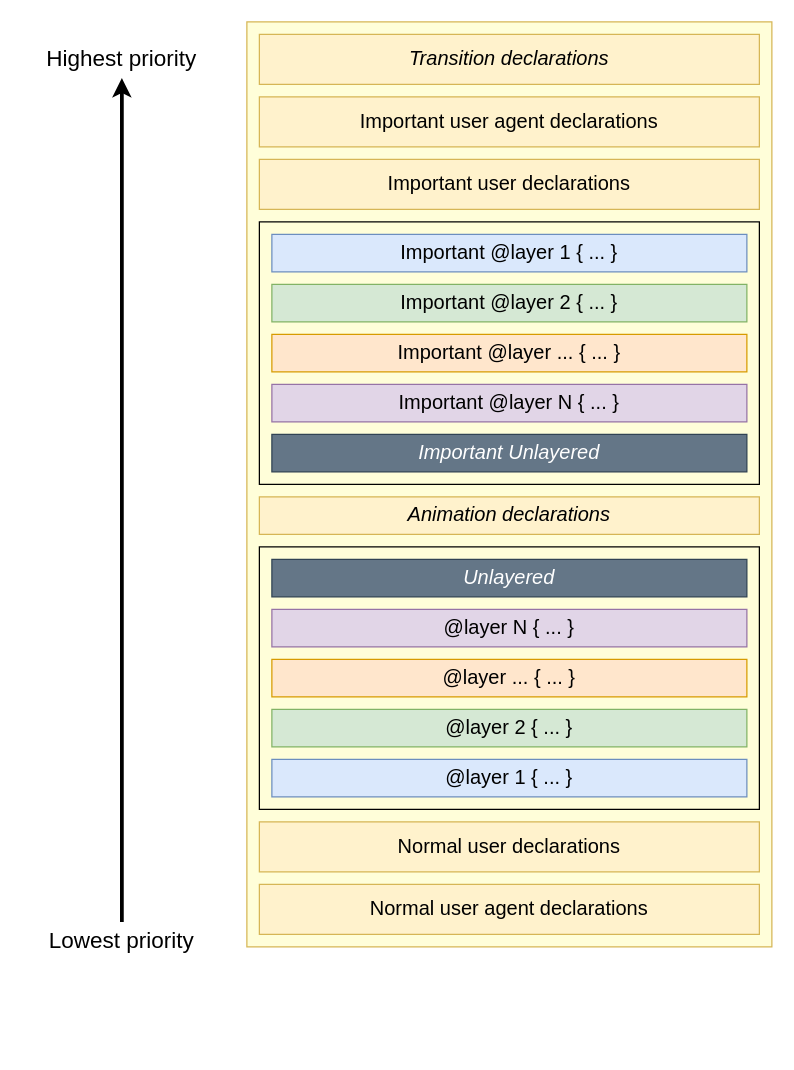
mdn/shared-assets keeps this draw.io diagram as images/diagrams/css/at-rules/layer-cascade.drawio. Above is the earlier version. Source tidied: cells renumbered, new cells numbered last; positions are measured from the earlier drawing's top-left corner, leaving out a move shared by most shapes. Both pictures are drawn from the tidied source at 125%, with x=0, y=0 at pixel (21, 21).
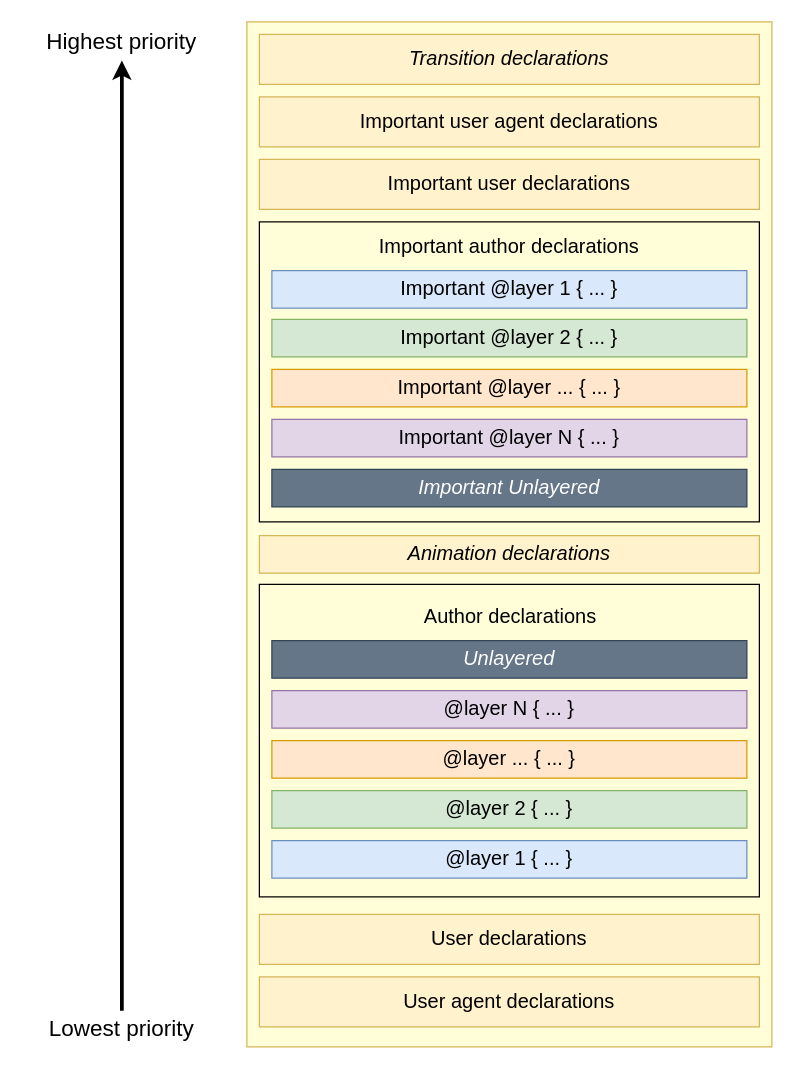
The same page after the edit.

Commit message (it also covers changes not shown here):
fix(css): update layer-cascade diagram

The edit, as a diff of the source:
```diff
@@
     <mxCell id="2" style="whiteSpace=wrap;html=1;fillColor=#FFFED9;strokeColor=#d6b656;" parent="1" vertex="1">
-      <mxGeometry x="180" width="420" height="740" as="geometry" />
+      <mxGeometry x="180" width="420" height="820" as="geometry" />
     </mxCell>
     <mxCell id="3" style="whiteSpace=wrap;html=1;fillColor=none;" parent="1" vertex="1">
-      <mxGeometry x="190" y="160" width="400" height="210" as="geometry" />
+      <mxGeometry x="190" y="160" width="400" height="240" as="geometry" />
     </mxCell>
@@
     <mxCell id="5" value="&lt;font style=&quot;font-size: 18px;&quot;&gt;Highest priority&lt;/font&gt;" style="text;html=1;align=center;verticalAlign=middle;whiteSpace=wrap;rounded=0;fontFamily=Helvetica;fontSize=12;fontColor=default;labelBackgroundColor=none;strokeWidth=1;dashed=1;" parent="1" vertex="1">
-      <mxGeometry x="10" y="15" width="140" height="30" as="geometry" />
+      <mxGeometry x="10" y="1" width="140" height="30" as="geometry" />
     </mxCell>
@@
     <mxCell id="7" value="&lt;font style=&quot;font-size: 18px;&quot;&gt;Lowest priority&lt;/font&gt;" style="text;html=1;align=center;verticalAlign=middle;whiteSpace=wrap;rounded=0;fontFamily=Helvetica;fontSize=12;fontColor=default;labelBackgroundColor=none;strokeWidth=1;dashed=1;" parent="1" vertex="1">
-      <mxGeometry y="720" width="160" height="30" as="geometry" />
+      <mxGeometry y="791" width="160" height="30" as="geometry" />
     </mxCell>
@@
     <mxCell id="10" value="&lt;font face=&quot;sans-serif&quot;&gt;Important @layer 1 { ... }&lt;br&gt;&lt;/font&gt;" style="text;html=1;align=center;verticalAlign=middle;whiteSpace=wrap;rounded=1;fontFamily=Monospace;labelBackgroundColor=none;spacing=4;spacingLeft=0;spacingTop=0;fillColor=#dae8fc;strokeColor=#6c8ebf;arcSize=0;fontSize=16;fontStyle=0;shadow=0;shadowOffsetX=2;shadowOffsetY=2;shadowBlur=1;strokeWidth=1;perimeterSpacing=0;" parent="1" vertex="1">
-      <mxGeometry x="200" y="170" width="380" height="30" as="geometry" />
+      <mxGeometry x="200" y="199" width="380" height="30" as="geometry" />
     </mxCell>
     <mxCell id="11" value="&lt;font face=&quot;sans-serif&quot;&gt;Important @layer 2 { ... }&lt;br&gt;&lt;/font&gt;" style="text;html=1;align=center;verticalAlign=middle;whiteSpace=wrap;rounded=1;fontFamily=Monospace;labelBackgroundColor=none;spacing=4;spacingLeft=0;spacingTop=0;fillColor=#d5e8d4;strokeColor=#82b366;arcSize=0;fontSize=16;fontStyle=0;shadow=0;shadowOffsetX=2;shadowOffsetY=2;shadowBlur=1;strokeWidth=1;perimeterSpacing=0;" parent="1" vertex="1">
-      <mxGeometry x="200" y="210" width="380" height="30" as="geometry" />
+      <mxGeometry x="200" y="238" width="380" height="30" as="geometry" />
     </mxCell>
     <mxCell id="12" value="&lt;font face=&quot;sans-serif&quot;&gt;Important @layer ... { ... }&lt;br&gt;&lt;/font&gt;" style="text;html=1;align=center;verticalAlign=middle;whiteSpace=wrap;rounded=1;fontFamily=Monospace;labelBackgroundColor=none;spacing=4;spacingLeft=0;spacingTop=0;fillColor=#ffe6cc;strokeColor=#d79b00;arcSize=0;fontSize=16;fontStyle=0;shadow=0;shadowOffsetX=2;shadowOffsetY=2;shadowBlur=1;strokeWidth=1;perimeterSpacing=0;" parent="1" vertex="1">
-      <mxGeometry x="200" y="250" width="380" height="30" as="geometry" />
+      <mxGeometry x="200" y="278" width="380" height="30" as="geometry" />
     </mxCell>
     <mxCell id="13" value="&lt;font face=&quot;sans-serif&quot;&gt;Important @layer N { ... }&lt;br&gt;&lt;/font&gt;" style="text;html=1;align=center;verticalAlign=middle;whiteSpace=wrap;rounded=1;fontFamily=Monospace;labelBackgroundColor=none;spacing=4;spacingLeft=0;spacingTop=0;fillColor=#e1d5e7;strokeColor=#9673a6;arcSize=0;fontSize=16;fontStyle=0;shadow=0;shadowOffsetX=2;shadowOffsetY=2;shadowBlur=1;strokeWidth=1;perimeterSpacing=0;" parent="1" vertex="1">
-      <mxGeometry x="200" y="290" width="380" height="30" as="geometry" />
+      <mxGeometry x="200" y="318" width="380" height="30" as="geometry" />
     </mxCell>
     <mxCell id="14" value="&lt;i&gt;&lt;font face=&quot;sans-serif&quot;&gt;Important Unlayered&lt;br&gt;&lt;/font&gt;&lt;/i&gt;" style="text;html=1;align=center;verticalAlign=middle;whiteSpace=wrap;rounded=1;fontFamily=Monospace;labelBackgroundColor=none;spacing=4;spacingLeft=0;spacingTop=0;fillColor=#647687;strokeColor=#314354;arcSize=0;fontSize=16;fontStyle=0;shadow=0;shadowOffsetX=2;shadowOffsetY=2;shadowBlur=1;strokeWidth=1;perimeterSpacing=0;fontColor=#ffffff;" parent="1" vertex="1">
-      <mxGeometry x="200" y="330" width="380" height="30" as="geometry" />
+      <mxGeometry x="200" y="358" width="380" height="30" as="geometry" />
     </mxCell>
     <mxCell id="15" value="&lt;i&gt;&lt;font face=&quot;sans-serif&quot;&gt;Animation declarations&lt;br&gt;&lt;/font&gt;&lt;/i&gt;" style="text;html=1;align=center;verticalAlign=middle;whiteSpace=wrap;rounded=1;fontFamily=Monospace;labelBackgroundColor=none;spacing=4;spacingLeft=0;spacingTop=0;fillColor=#fff2cc;strokeColor=#d6b656;arcSize=0;fontSize=16;fontStyle=0;shadow=0;shadowOffsetX=2;shadowOffsetY=2;shadowBlur=1;strokeWidth=1;perimeterSpacing=0;" parent="1" vertex="1">
-      <mxGeometry x="190" y="380" width="400" height="30" as="geometry" />
+      <mxGeometry x="190" y="411" width="400" height="30" as="geometry" />
     </mxCell>
     <mxCell id="16" style="whiteSpace=wrap;html=1;fillColor=none;" parent="1" vertex="1">
-      <mxGeometry x="190" y="420" width="400" height="210" as="geometry" />
+      <mxGeometry x="190" y="450" width="400" height="250" as="geometry" />
     </mxCell>
     <mxCell id="17" value="&lt;font face=&quot;sans-serif&quot;&gt;@layer 1 { ... }&lt;br&gt;&lt;/font&gt;" style="text;html=1;align=center;verticalAlign=middle;whiteSpace=wrap;rounded=1;fontFamily=Monospace;labelBackgroundColor=none;spacing=4;spacingLeft=0;spacingTop=0;fillColor=#dae8fc;strokeColor=#6c8ebf;arcSize=0;fontSize=16;fontStyle=0;shadow=0;shadowOffsetX=2;shadowOffsetY=2;shadowBlur=1;strokeWidth=1;perimeterSpacing=0;" parent="1" vertex="1">
-      <mxGeometry x="200" y="590" width="380" height="30" as="geometry" />
+      <mxGeometry x="200" y="655" width="380" height="30" as="geometry" />
     </mxCell>
     <mxCell id="18" value="&lt;font face=&quot;sans-serif&quot;&gt;@layer 2 { ... }&lt;br&gt;&lt;/font&gt;" style="text;html=1;align=center;verticalAlign=middle;whiteSpace=wrap;rounded=1;fontFamily=Monospace;labelBackgroundColor=none;spacing=4;spacingLeft=0;spacingTop=0;fillColor=#d5e8d4;strokeColor=#82b366;arcSize=0;fontSize=16;fontStyle=0;shadow=0;shadowOffsetX=2;shadowOffsetY=2;shadowBlur=1;strokeWidth=1;perimeterSpacing=0;" parent="1" vertex="1">
-      <mxGeometry x="200" y="550" width="380" height="30" as="geometry" />
+      <mxGeometry x="200" y="615" width="380" height="30" as="geometry" />
     </mxCell>
     <mxCell id="19" value="&lt;font face=&quot;sans-serif&quot;&gt;@layer ... { ... }&lt;br&gt;&lt;/font&gt;" style="text;html=1;align=center;verticalAlign=middle;whiteSpace=wrap;rounded=1;fontFamily=Monospace;labelBackgroundColor=none;spacing=4;spacingLeft=0;spacingTop=0;fillColor=#ffe6cc;strokeColor=#d79b00;arcSize=0;fontSize=16;fontStyle=0;shadow=0;shadowOffsetX=2;shadowOffsetY=2;shadowBlur=1;strokeWidth=1;perimeterSpacing=0;" parent="1" vertex="1">
-      <mxGeometry x="200" y="510" width="380" height="30" as="geometry" />
+      <mxGeometry x="200" y="575" width="380" height="30" as="geometry" />
     </mxCell>
     <mxCell id="20" value="&lt;font face=&quot;sans-serif&quot;&gt;@layer N { ... }&lt;br&gt;&lt;/font&gt;" style="text;html=1;align=center;verticalAlign=middle;whiteSpace=wrap;rounded=1;fontFamily=Monospace;labelBackgroundColor=none;spacing=4;spacingLeft=0;spacingTop=0;fillColor=#e1d5e7;strokeColor=#9673a6;arcSize=0;fontSize=16;fontStyle=0;shadow=0;shadowOffsetX=2;shadowOffsetY=2;shadowBlur=1;strokeWidth=1;perimeterSpacing=0;" parent="1" vertex="1">
-      <mxGeometry x="200" y="470" width="380" height="30" as="geometry" />
+      <mxGeometry x="200" y="535" width="380" height="30" as="geometry" />
     </mxCell>
     <mxCell id="21" value="&lt;i&gt;&lt;font face=&quot;sans-serif&quot;&gt;Unlayered&lt;br&gt;&lt;/font&gt;&lt;/i&gt;" style="text;html=1;align=center;verticalAlign=middle;whiteSpace=wrap;rounded=1;fontFamily=Monospace;labelBackgroundColor=none;spacing=4;spacingLeft=0;spacingTop=0;fillColor=#647687;strokeColor=#314354;arcSize=0;fontSize=16;fontStyle=0;shadow=0;shadowOffsetX=2;shadowOffsetY=2;shadowBlur=1;strokeWidth=1;perimeterSpacing=0;fontColor=#ffffff;" parent="1" vertex="1">
-      <mxGeometry x="200" y="430" width="380" height="30" as="geometry" />
+      <mxGeometry x="200" y="495" width="380" height="30" as="geometry" />
     </mxCell>
-    <mxCell id="22" value="&lt;font face=&quot;sans-serif&quot;&gt;Normal user declarations&lt;br&gt;&lt;/font&gt;" style="text;html=1;align=center;verticalAlign=middle;whiteSpace=wrap;rounded=1;fontFamily=Monospace;labelBackgroundColor=none;spacing=4;spacingLeft=0;spacingTop=0;fillColor=#fff2cc;strokeColor=#d6b656;arcSize=0;fontSize=16;fontStyle=0;shadow=0;shadowOffsetX=2;shadowOffsetY=2;shadowBlur=1;strokeWidth=1;perimeterSpacing=0;" parent="1" vertex="1">
-      <mxGeometry x="190" y="640" width="400" height="40" as="geometry" />
+    <mxCell id="22" value="&lt;font face=&quot;sans-serif&quot;&gt;User declarations&lt;br&gt;&lt;/font&gt;" style="text;html=1;align=center;verticalAlign=middle;whiteSpace=wrap;rounded=1;fontFamily=Monospace;labelBackgroundColor=none;spacing=4;spacingLeft=0;spacingTop=0;fillColor=#fff2cc;strokeColor=#d6b656;arcSize=0;fontSize=16;fontStyle=0;shadow=0;shadowOffsetX=2;shadowOffsetY=2;shadowBlur=1;strokeWidth=1;perimeterSpacing=0;" parent="1" vertex="1">
+      <mxGeometry x="190" y="714" width="400" height="40" as="geometry" />
     </mxCell>
-    <mxCell id="23" value="&lt;font face=&quot;sans-serif&quot;&gt;Normal user agent declarations&lt;/font&gt;" style="text;html=1;align=center;verticalAlign=middle;whiteSpace=wrap;rounded=1;fontFamily=Monospace;labelBackgroundColor=none;spacing=4;spacingLeft=0;spacingTop=0;fillColor=#fff2cc;strokeColor=#d6b656;arcSize=0;fontSize=16;fontStyle=0;shadow=0;shadowOffsetX=2;shadowOffsetY=2;shadowBlur=1;strokeWidth=1;perimeterSpacing=0;" parent="1" vertex="1">
-      <mxGeometry x="190" y="690" width="400" height="40" as="geometry" />
+    <mxCell id="23" value="&lt;font face=&quot;sans-serif&quot;&gt;User agent declarations&lt;/font&gt;" style="text;html=1;align=center;verticalAlign=middle;whiteSpace=wrap;rounded=1;fontFamily=Monospace;labelBackgroundColor=none;spacing=4;spacingLeft=0;spacingTop=0;fillColor=#fff2cc;strokeColor=#d6b656;arcSize=0;fontSize=16;fontStyle=0;shadow=0;shadowOffsetX=2;shadowOffsetY=2;shadowBlur=1;strokeWidth=1;perimeterSpacing=0;" parent="1" vertex="1">
+      <mxGeometry x="190" y="764" width="400" height="40" as="geometry" />
     </mxCell>
+    <mxCell id="24" value="&lt;font face=&quot;sans-serif&quot;&gt;Important author declarations&lt;/font&gt;" style="text;html=1;align=center;verticalAlign=middle;whiteSpace=wrap;rounded=1;fontFamily=Monospace;labelBackgroundColor=none;spacing=4;spacingLeft=0;spacingTop=0;arcSize=0;fontSize=16;fontStyle=0;shadow=0;shadowOffsetX=2;shadowOffsetY=2;shadowBlur=1;strokeWidth=1;perimeterSpacing=0;" parent="1" vertex="1">
+      <mxGeometry x="200" y="160" width="380" height="40" as="geometry" />
+    </mxCell>
+    <mxCell id="25" value="&lt;font face=&quot;sans-serif&quot;&gt;Author declarations&lt;/font&gt;" style="text;html=1;align=center;verticalAlign=middle;whiteSpace=wrap;rounded=1;fontFamily=Monospace;labelBackgroundColor=none;spacing=4;spacingLeft=0;spacingTop=0;arcSize=0;fontSize=16;fontStyle=0;shadow=0;shadowOffsetX=2;shadowOffsetY=2;shadowBlur=1;strokeWidth=1;perimeterSpacing=0;" parent="1" vertex="1">
+      <mxGeometry x="201" y="456" width="380" height="40" as="geometry" />
+    </mxCell>
```
